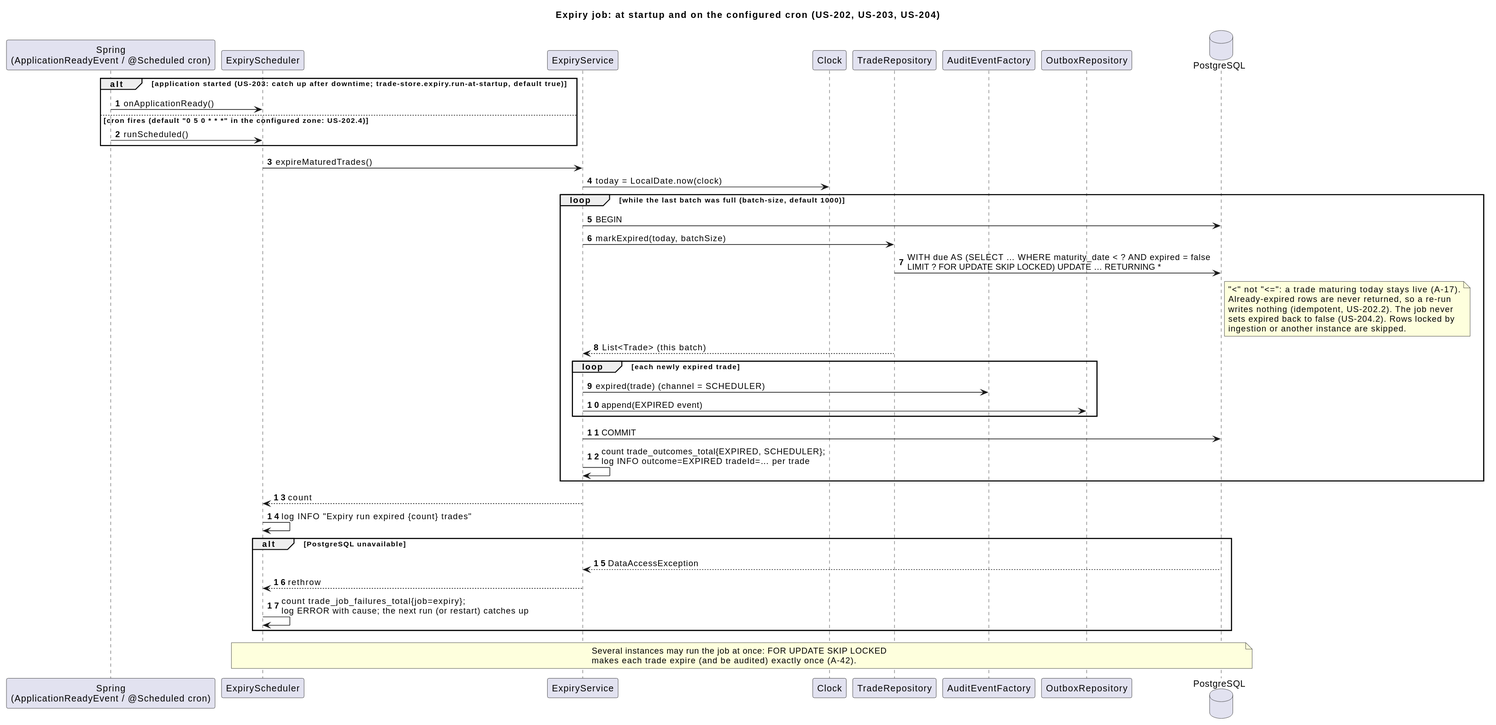
Before: docs/diagrams/out/05-seq-expiry.svg, a diagram exported from PlantUML (kuldipkumar/Trade-store).
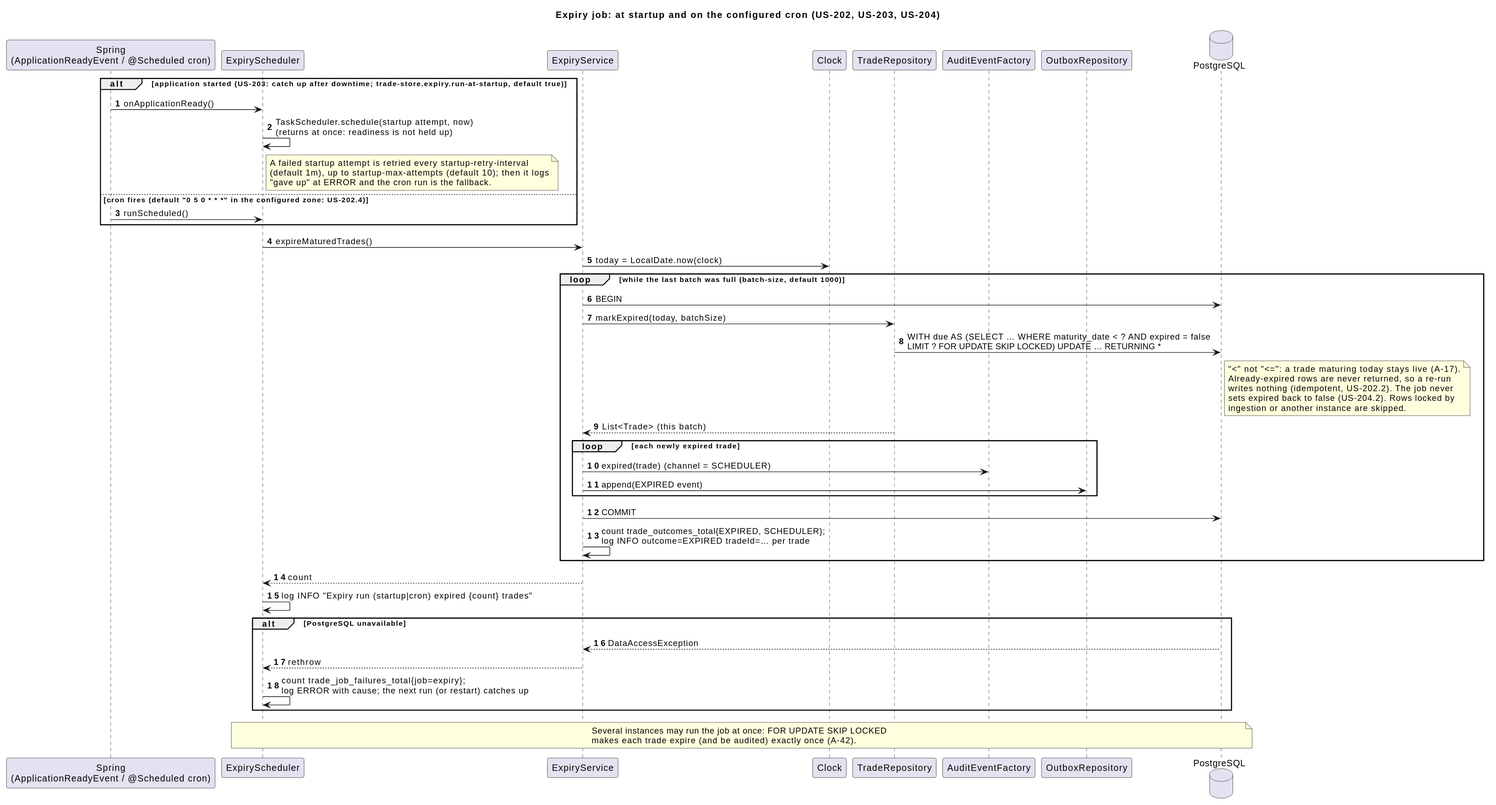
The same diagram one commit later.

Change to the diagram source:
```diff
@@ -13,6 +13,12 @@
 
 alt application started (US-203: catch up after downtime; trade-store.expiry.run-at-startup, default true)
   Spring -> ExpiryScheduler : onApplicationReady()
+  ExpiryScheduler -> ExpiryScheduler : TaskScheduler.schedule(startup attempt, now)\n(returns at once: readiness is not held up)
+  note right of ExpiryScheduler
+    A failed startup attempt is retried every startup-retry-interval
+    (default 1m), up to startup-max-attempts (default 10); then it logs
+    "gave up" at ERROR and the cron run is the fallback.
+  end note
 else cron fires (default "0 5 0 * * *" in the configured zone: US-202.4)
   Spring -> ExpiryScheduler : runScheduled()
 end
@@ -38,7 +44,7 @@
   ExpiryService -> ExpiryService : count trade_outcomes_total{EXPIRED, SCHEDULER};\nlog INFO outcome=EXPIRED tradeId=… per trade
 end
 ExpiryService --> ExpiryScheduler : count
-ExpiryScheduler -> ExpiryScheduler : log INFO "Expiry run expired {count} trades"
+ExpiryScheduler -> ExpiryScheduler : log INFO "Expiry run (startup|cron) expired {count} trades"
 
 alt PostgreSQL unavailable
   PostgreSQL --> ExpiryService : DataAccessException
```
